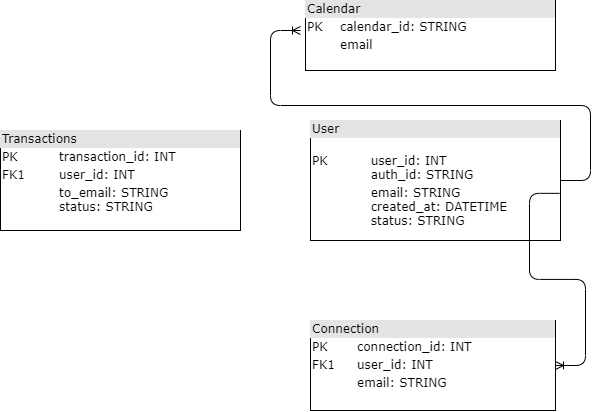
sheensantoscapadngan/auto-calendar keeps this draw.io diagram as db_schema.png. Above is the earlier version. Source tidied: cells renumbered, new cells last; positions are measured from the earlier drawing's top-left corner, leaving out a move shared by most shapes.
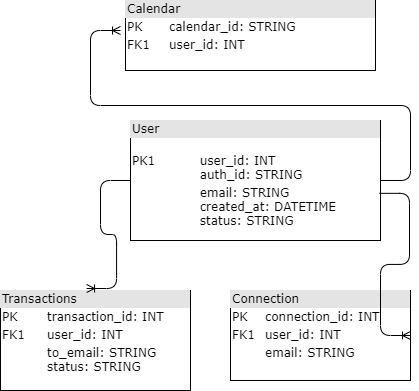
Later version of the same file.

The edit, as a diff of the source:
```diff
@@ -2,14 +2,14 @@
   <root>
     <mxCell id="0" />
     <mxCell id="1" parent="0" />
-    <mxCell id="2" value="&lt;div style=&quot;box-sizing: border-box ; width: 100% ; background: #e4e4e4 ; padding: 2px&quot;&gt;User&lt;/div&gt;&lt;table style=&quot;width: 100% ; font-size: 1em&quot; cellpadding=&quot;2&quot; cellspacing=&quot;0&quot;&gt;&lt;tbody&gt;&lt;tr&gt;&lt;td&gt;PK&lt;/td&gt;&lt;td&gt;&lt;span style=&quot;white-space: pre&quot;&gt;&#9;&lt;/span&gt;&lt;br&gt;&lt;span style=&quot;white-space: pre&quot;&gt;&#9;&lt;/span&gt;user_id: INT&lt;br&gt;&lt;span style=&quot;white-space: pre&quot;&gt;&#9;&lt;/span&gt;auth_id: STRING&lt;br&gt;&lt;/td&gt;&lt;/tr&gt;&lt;tr&gt;&lt;td&gt;&lt;br&gt;&lt;/td&gt;&lt;td&gt;&lt;span style=&quot;white-space: pre&quot;&gt;&#9;&lt;/span&gt;email: STRING&lt;br&gt;&lt;span style=&quot;white-space: pre&quot;&gt;&#9;&lt;/span&gt;created_at: DATETIME&lt;br&gt;&lt;span style=&quot;white-space: pre&quot;&gt;&#9;&lt;/span&gt;status: STRING&lt;br&gt;&lt;br&gt;&lt;span style=&quot;white-space: pre&quot;&gt;&lt;span style=&quot;white-space: pre&quot;&gt;&lt;span style=&quot;white-space: pre&quot;&gt;&lt;span style=&quot;white-space: pre&quot;&gt;&#9;&lt;/span&gt;&#9;&lt;/span&gt;&lt;br&gt;&lt;span style=&quot;white-space: pre&quot;&gt;&#9;&lt;/span&gt;&#9;&lt;/span&gt;&lt;/span&gt;&amp;nbsp;&amp;nbsp;&lt;span style=&quot;white-space: pre&quot;&gt;&#9;&lt;/span&gt;&lt;br&gt;&lt;br&gt;&lt;/td&gt;&lt;/tr&gt;&lt;/tbody&gt;&lt;/table&gt;" style="verticalAlign=top;align=left;overflow=fill;html=1;rounded=0;shadow=0;comic=0;labelBackgroundColor=none;strokeWidth=1;fontFamily=Verdana;fontSize=12;" parent="1" vertex="1">
+    <mxCell id="2" value="&lt;div style=&quot;box-sizing: border-box ; width: 100% ; background: #e4e4e4 ; padding: 2px&quot;&gt;User&lt;/div&gt;&lt;table style=&quot;width: 100% ; font-size: 1em&quot; cellpadding=&quot;2&quot; cellspacing=&quot;0&quot;&gt;&lt;tbody&gt;&lt;tr&gt;&lt;td&gt;PK1&lt;/td&gt;&lt;td&gt;&lt;span style=&quot;white-space: pre&quot;&gt;&#9;&lt;/span&gt;&lt;br&gt;&lt;span style=&quot;white-space: pre&quot;&gt;&#9;&lt;/span&gt;user_id: INT&lt;br&gt;&lt;span style=&quot;white-space: pre&quot;&gt;&#9;&lt;/span&gt;auth_id: STRING&lt;br&gt;&lt;/td&gt;&lt;/tr&gt;&lt;tr&gt;&lt;td&gt;&lt;br&gt;&lt;/td&gt;&lt;td&gt;&lt;span style=&quot;white-space: pre&quot;&gt;&#9;&lt;/span&gt;email: STRING&lt;br&gt;&lt;span style=&quot;white-space: pre&quot;&gt;&#9;&lt;/span&gt;created_at: DATETIME&lt;br&gt;&lt;span style=&quot;white-space: pre&quot;&gt;&#9;&lt;/span&gt;status: STRING&lt;br&gt;&lt;br&gt;&lt;span style=&quot;white-space: pre&quot;&gt;&lt;span style=&quot;white-space: pre&quot;&gt;&lt;span style=&quot;white-space: pre&quot;&gt;&lt;span style=&quot;white-space: pre&quot;&gt;&#9;&lt;/span&gt;&#9;&lt;/span&gt;&lt;br&gt;&lt;span style=&quot;white-space: pre&quot;&gt;&#9;&lt;/span&gt;&#9;&lt;/span&gt;&lt;/span&gt;&amp;nbsp;&amp;nbsp;&lt;span style=&quot;white-space: pre&quot;&gt;&#9;&lt;/span&gt;&lt;br&gt;&lt;br&gt;&lt;/td&gt;&lt;/tr&gt;&lt;/tbody&gt;&lt;/table&gt;" style="verticalAlign=top;align=left;overflow=fill;html=1;rounded=0;shadow=0;comic=0;labelBackgroundColor=none;strokeWidth=1;fontFamily=Verdana;fontSize=12;" parent="1" vertex="1">
       <mxGeometry x="310" y="120" width="250" height="120" as="geometry" />
     </mxCell>
-    <mxCell id="3" value="&lt;div style=&quot;box-sizing: border-box ; width: 100% ; background: #e4e4e4 ; padding: 2px&quot;&gt;Calendar&lt;/div&gt;&lt;table style=&quot;width: 100% ; font-size: 1em&quot; cellpadding=&quot;2&quot; cellspacing=&quot;0&quot;&gt;&lt;tbody&gt;&lt;tr&gt;&lt;td&gt;PK&lt;/td&gt;&lt;td&gt;calendar_id: STRING&lt;/td&gt;&lt;/tr&gt;&lt;tr&gt;&lt;td&gt;&lt;br&gt;&lt;/td&gt;&lt;td&gt;email&lt;/td&gt;&lt;/tr&gt;&lt;/tbody&gt;&lt;/table&gt;" style="verticalAlign=top;align=left;overflow=fill;html=1;rounded=0;shadow=0;comic=0;labelBackgroundColor=none;strokeWidth=1;fontFamily=Verdana;fontSize=12;" parent="1" vertex="1">
+    <mxCell id="3" value="&lt;div style=&quot;box-sizing: border-box ; width: 100% ; background: #e4e4e4 ; padding: 2px&quot;&gt;Calendar&lt;/div&gt;&lt;table style=&quot;width: 100% ; font-size: 1em&quot; cellpadding=&quot;2&quot; cellspacing=&quot;0&quot;&gt;&lt;tbody&gt;&lt;tr&gt;&lt;td&gt;PK&lt;/td&gt;&lt;td&gt;calendar_id: STRING&lt;/td&gt;&lt;/tr&gt;&lt;tr&gt;&lt;td&gt;FK1&lt;/td&gt;&lt;td&gt;user_id: INT&lt;/td&gt;&lt;/tr&gt;&lt;/tbody&gt;&lt;/table&gt;&amp;nbsp;" style="verticalAlign=top;align=left;overflow=fill;html=1;rounded=0;shadow=0;comic=0;labelBackgroundColor=none;strokeWidth=1;fontFamily=Verdana;fontSize=12;" parent="1" vertex="1">
       <mxGeometry x="305" width="250" height="70" as="geometry" />
     </mxCell>
     <mxCell id="4" value="&lt;div style=&quot;box-sizing: border-box ; width: 100% ; background: #e4e4e4 ; padding: 2px&quot;&gt;Connection&lt;/div&gt;&lt;table style=&quot;width: 100% ; font-size: 1em&quot; cellpadding=&quot;2&quot; cellspacing=&quot;0&quot;&gt;&lt;tbody&gt;&lt;tr&gt;&lt;td&gt;PK&lt;/td&gt;&lt;td&gt;connection_id: INT&lt;/td&gt;&lt;/tr&gt;&lt;tr&gt;&lt;td&gt;FK1&lt;/td&gt;&lt;td&gt;user_id: INT&lt;/td&gt;&lt;/tr&gt;&lt;tr&gt;&lt;td&gt;&lt;/td&gt;&lt;td&gt;email: STRING&lt;/td&gt;&lt;/tr&gt;&lt;/tbody&gt;&lt;/table&gt;" style="verticalAlign=top;align=left;overflow=fill;html=1;rounded=0;shadow=0;comic=0;labelBackgroundColor=none;strokeWidth=1;fontFamily=Verdana;fontSize=12;" parent="1" vertex="1">
-      <mxGeometry x="310" y="320" width="245" height="90" as="geometry" />
+      <mxGeometry x="410" y="290" width="180" height="90" as="geometry" />
     </mxCell>
     <mxCell id="5" style="edgeStyle=entityRelationEdgeStyle;fontSize=12;html=1;endArrow=ERoneToMany;exitX=0.996;exitY=0.607;exitDx=0;exitDy=0;exitPerimeter=0;entryX=1;entryY=0.5;entryDx=0;entryDy=0;" parent="1" edge="1" source="2" target="4">
       <mxGeometry relative="1" as="geometry" />
@@ -20,7 +20,10 @@
       </mxGeometry>
     </mxCell>
     <mxCell id="7" value="&lt;div style=&quot;box-sizing: border-box ; width: 100% ; background: #e4e4e4 ; padding: 2px&quot;&gt;Transactions&lt;/div&gt;&lt;table style=&quot;width: 100% ; font-size: 1em&quot; cellpadding=&quot;2&quot; cellspacing=&quot;0&quot;&gt;&lt;tbody&gt;&lt;tr&gt;&lt;td&gt;PK&lt;/td&gt;&lt;td&gt;transaction_id: INT&lt;/td&gt;&lt;/tr&gt;&lt;tr&gt;&lt;td&gt;FK1&lt;/td&gt;&lt;td&gt;user_id: INT&lt;/td&gt;&lt;/tr&gt;&lt;tr&gt;&lt;td&gt;&lt;span style=&quot;white-space: pre&quot;&gt;&#9;&lt;/span&gt;&lt;br&gt;&lt;/td&gt;&lt;td&gt;to_email: STRING&lt;br&gt;status: STRING&lt;/td&gt;&lt;/tr&gt;&lt;/tbody&gt;&lt;/table&gt;" style="verticalAlign=top;align=left;overflow=fill;html=1;rounded=0;shadow=0;comic=0;labelBackgroundColor=none;strokeWidth=1;fontFamily=Verdana;fontSize=12;" parent="1" vertex="1">
-      <mxGeometry y="130" width="240" height="100" as="geometry" />
+      <mxGeometry x="180" y="290" width="190" height="100" as="geometry" />
     </mxCell>
+    <mxCell id="8" style="edgeStyle=entityRelationEdgeStyle;fontSize=12;html=1;endArrow=ERoneToMany;exitX=0;exitY=0.5;exitDx=0;exitDy=0;entryX=0.453;entryY=-0.02;entryDx=0;entryDy=0;entryPerimeter=0;" parent="1" edge="1" source="2" target="7">
+      <mxGeometry relative="1" as="geometry" />
+    </mxCell>
   </root>
 </mxGraphModel>
```
